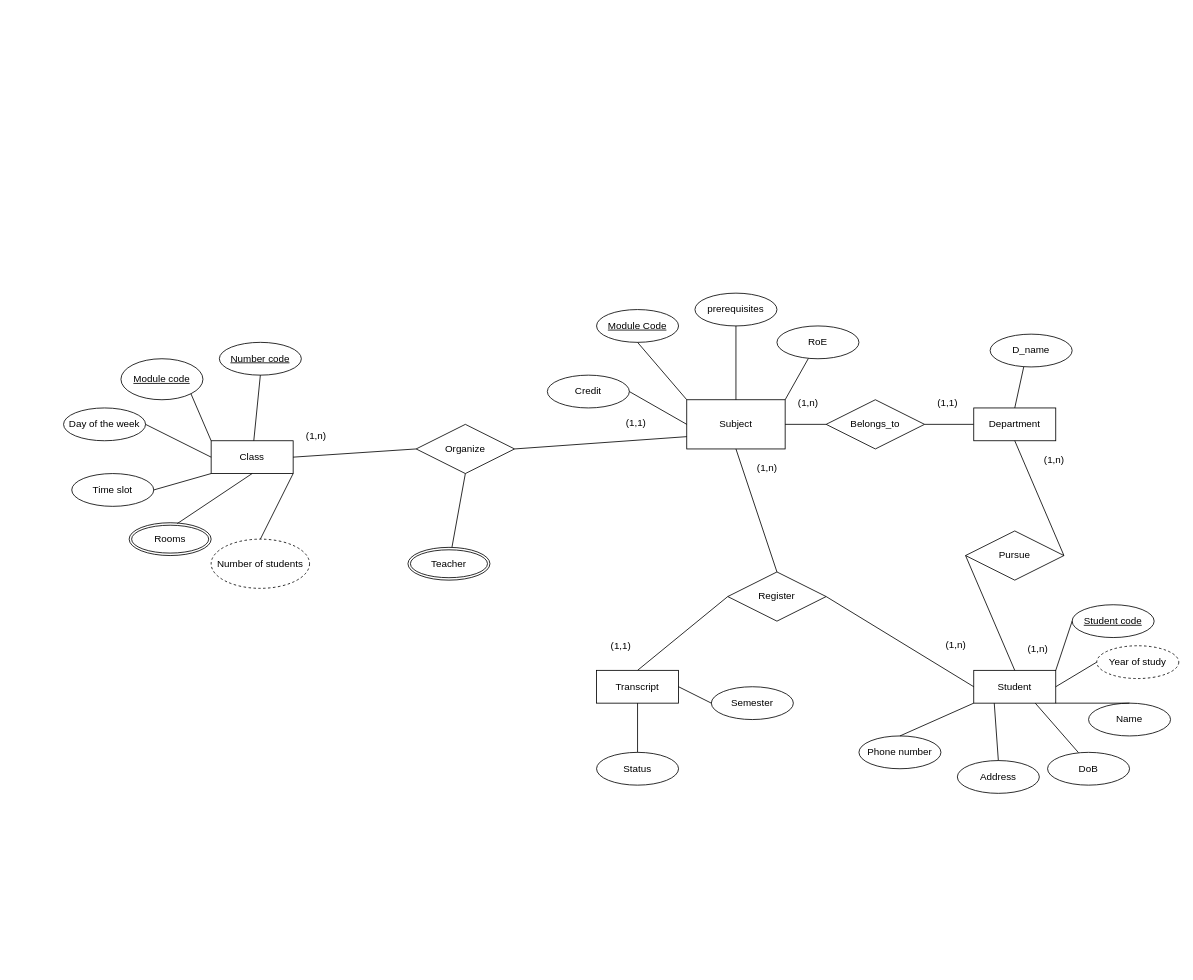
Above: Finale.drawio in S0ra1n0/Database-learning (draw.io), before the change. Source tidied: cells renumbered, new cells numbered last; positions are measured from the earlier drawing's top-left corner, leaving out a move shared by most shapes. Both pictures are drawn from the tidied source at 82%, with x=0, y=0 at pixel (63, 293).
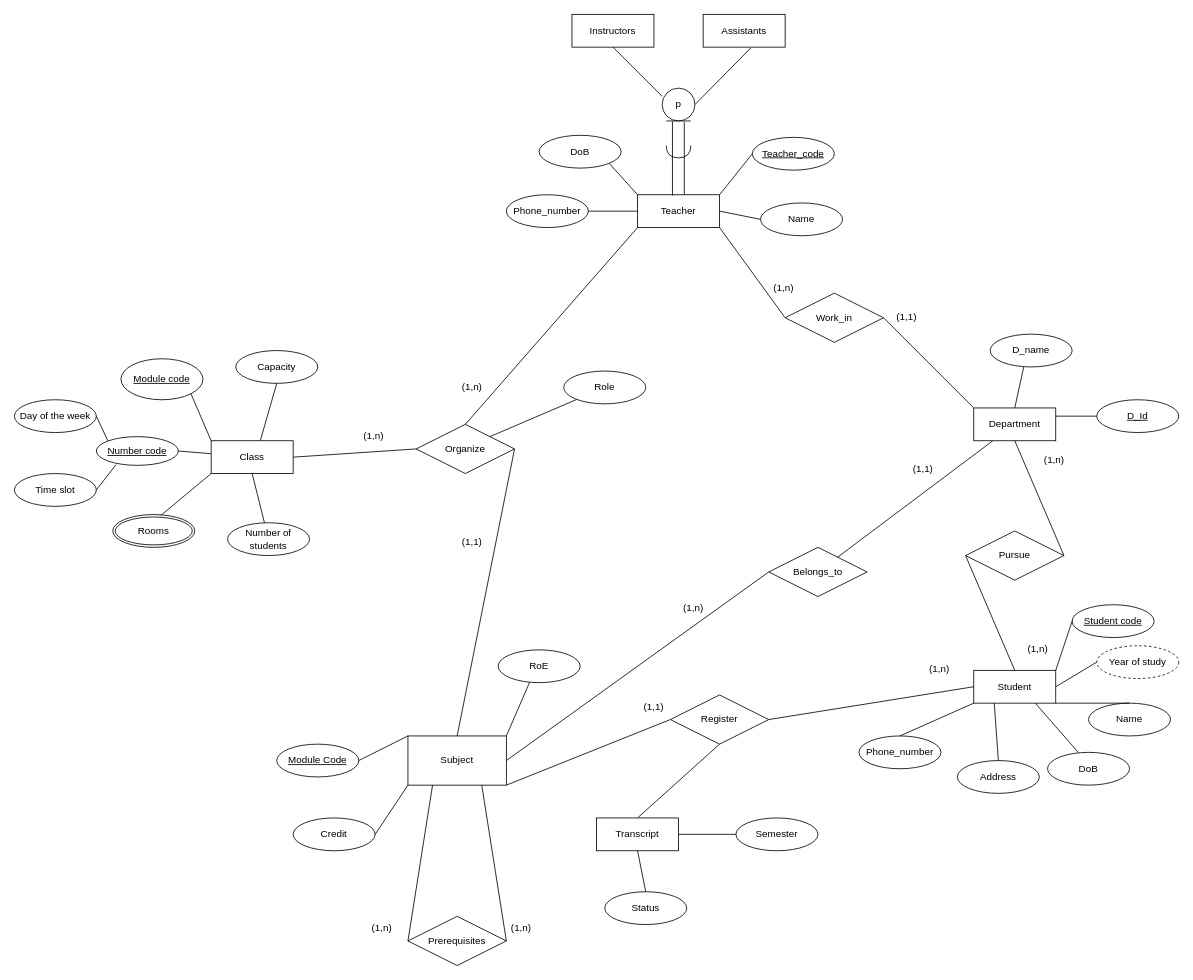
After the change.

Commit message:
Cập nhật Finale.drawio

Unchanged cells that the change refers to:
```xml
<mxCell id="8" value="Department" style="whiteSpace=wrap;html=1;align=center;" parent="1" vertex="1">
  <mxGeometry x="1110" y="140" width="100" height="40" as="geometry" />
</mxCell>
<mxCell id="49" value="Class" style="whiteSpace=wrap;html=1;align=center;" parent="1" vertex="1">
  <mxGeometry x="180" y="180" width="100" height="40" as="geometry" />
</mxCell>
<mxCell id="62" value="Organize" style="shape=rhombus;perimeter=rhombusPerimeter;whiteSpace=wrap;html=1;align=center;" parent="1" vertex="1">
  <mxGeometry x="430" y="160" width="120" height="60" as="geometry" />
</mxCell>
```

The edit, as a diff of the source:
```diff
@@
     <mxCell id="2" value="Subject" style="rounded=0;whiteSpace=wrap;html=1;" parent="1" vertex="1">
-      <mxGeometry x="760" y="130" width="120" height="60" as="geometry" />
+      <mxGeometry x="420" y="540" width="120" height="60" as="geometry" />
     </mxCell>
     <mxCell id="3" value="Module Code" style="ellipse;whiteSpace=wrap;html=1;align=center;fontStyle=4;" parent="1" vertex="1">
-      <mxGeometry x="650" y="20" width="100" height="40" as="geometry" />
+      <mxGeometry x="260" y="550" width="100" height="40" as="geometry" />
     </mxCell>
-    <mxCell id="4" style="endArrow=none;html=1;rounded=0;exitX=0.5;exitY=1;exitDx=0;exitDy=0;entryX=0;entryY=0;entryDx=0;entryDy=0;" parent="1" edge="1" source="3" target="2">
-      <mxGeometry relative="1" as="geometry" />
+    <mxCell id="4" style="endArrow=none;html=1;rounded=0;entryX=0;entryY=0;entryDx=0;entryDy=0;" parent="1" edge="1" target="2">
+      <mxGeometry relative="1" as="geometry">
+        <mxPoint x="360" y="570" as="sourcePoint" />
+      </mxGeometry>
     </mxCell>
     <mxCell id="5" value="Belongs_to" style="shape=rhombus;perimeter=rhombusPerimeter;whiteSpace=wrap;html=1;align=center;" parent="1" vertex="1">
-      <mxGeometry x="930" y="130" width="120" height="60" as="geometry" />
+      <mxGeometry x="860" y="310" width="120" height="60" as="geometry" />
     </mxCell>
@@
     <mxCell id="9" value="(1,1)" style="text;strokeColor=none;fillColor=none;spacingLeft=4;spacingRight=4;overflow=hidden;fontSize=12;whiteSpace=wrap;html=1;" parent="1" vertex="1">
-      <mxGeometry x="1060" y="120" width="40" height="30" as="geometry" />
+      <mxGeometry x="1030" y="200" width="40" height="30" as="geometry" />
     </mxCell>
     <mxCell id="10" value="(1,n)" style="text;strokeColor=none;fillColor=none;spacingLeft=4;spacingRight=4;overflow=hidden;fontSize=12;whiteSpace=wrap;html=1;" parent="1" vertex="1">
-      <mxGeometry x="890" y="120" width="40" height="30" as="geometry" />
+      <mxGeometry x="860" y="-20" width="40" height="30" as="geometry" />
     </mxCell>
@@
-    <mxCell id="21" value="prerequisites" style="ellipse;whiteSpace=wrap;html=1;align=center;" parent="1" vertex="1">
-      <mxGeometry x="770" width="100" height="40" as="geometry" />
-    </mxCell>
     <mxCell id="22" value="Credit" style="ellipse;whiteSpace=wrap;html=1;align=center;" parent="1" vertex="1">
-      <mxGeometry x="590" y="100" width="100" height="40" as="geometry" />
+      <mxGeometry x="280" y="640" width="100" height="40" as="geometry" />
     </mxCell>
-    <mxCell id="23" style="endArrow=none;html=1;rounded=0;exitX=1;exitY=0.5;exitDx=0;exitDy=0;entryX=0;entryY=0.5;entryDx=0;entryDy=0;" parent="1" edge="1" source="22" target="2">
+    <mxCell id="23" style="endArrow=none;html=1;rounded=0;exitX=1;exitY=0.5;exitDx=0;exitDy=0;entryX=0;entryY=1;entryDx=0;entryDy=0;" parent="1" edge="1" source="22" target="2">
       <mxGeometry relative="1" as="geometry" />
     </mxCell>
-    <mxCell id="24" style="endArrow=none;html=1;rounded=0;exitX=0.5;exitY=1;exitDx=0;exitDy=0;" parent="1" edge="1" source="21" target="2">
+    <mxCell id="24" style="endArrow=none;html=1;rounded=0;exitX=0;exitY=0.5;exitDx=0;exitDy=0;entryX=0.25;entryY=1;entryDx=0;entryDy=0;" parent="1" edge="1" source="71" target="2">
       <mxGeometry relative="1" as="geometry" />
     </mxCell>
     <mxCell id="25" value="RoE" style="ellipse;whiteSpace=wrap;html=1;align=center;" parent="1" vertex="1">
-      <mxGeometry x="870" y="40" width="100" height="40" as="geometry" />
+      <mxGeometry x="530" y="435" width="100" height="40" as="geometry" />
     </mxCell>
@@
     <mxCell id="27" value="Register" style="shape=rhombus;perimeter=rhombusPerimeter;whiteSpace=wrap;html=1;align=center;" parent="1" vertex="1">
-      <mxGeometry x="810" y="340" width="120" height="60" as="geometry" />
+      <mxGeometry x="740" y="490" width="120" height="60" as="geometry" />
     </mxCell>
-    <mxCell id="28" style="endArrow=none;html=1;rounded=0;exitX=0.5;exitY=1;exitDx=0;exitDy=0;entryX=0.5;entryY=0;entryDx=0;entryDy=0;" parent="1" edge="1" source="2" target="27">
+    <mxCell id="28" style="endArrow=none;html=1;rounded=0;exitX=1;exitY=1;exitDx=0;exitDy=0;entryX=0;entryY=0.5;entryDx=0;entryDy=0;" parent="1" edge="1" source="2" target="27">
       <mxGeometry relative="1" as="geometry" />
     </mxCell>
@@
     <mxCell id="30" value="(1,n)" style="text;strokeColor=none;fillColor=none;spacingLeft=4;spacingRight=4;overflow=hidden;fontSize=12;whiteSpace=wrap;html=1;" parent="1" vertex="1">
-      <mxGeometry x="840" y="200" width="40" height="30" as="geometry" />
+      <mxGeometry x="750" y="370" width="40" height="30" as="geometry" />
     </mxCell>
     <mxCell id="31" value="(1,n)" style="text;strokeColor=none;fillColor=none;spacingLeft=4;spacingRight=4;overflow=hidden;fontSize=12;whiteSpace=wrap;html=1;" parent="1" vertex="1">
-      <mxGeometry x="1070" y="415" width="40" height="30" as="geometry" />
+      <mxGeometry x="1050" y="445" width="40" height="30" as="geometry" />
     </mxCell>
-    <mxCell id="32" style="endArrow=none;html=1;rounded=0;entryX=0;entryY=0.5;entryDx=0;entryDy=0;exitX=0.5;exitY=0;exitDx=0;exitDy=0;" parent="1" edge="1" source="33" target="27">
+    <mxCell id="32" style="endArrow=none;html=1;rounded=0;entryX=0.5;entryY=1;entryDx=0;entryDy=0;exitX=0.5;exitY=0;exitDx=0;exitDy=0;" parent="1" edge="1" source="33" target="27">
       <mxGeometry relative="1" as="geometry" />
     </mxCell>
     <mxCell id="33" value="Transcript" style="whiteSpace=wrap;html=1;align=center;" parent="1" vertex="1">
-      <mxGeometry x="650" y="460" width="100" height="40" as="geometry" />
+      <mxGeometry x="650" y="640" width="100" height="40" as="geometry" />
     </mxCell>
     <mxCell id="34" value="Semester" style="ellipse;whiteSpace=wrap;html=1;align=center;" parent="1" vertex="1">
-      <mxGeometry x="790" y="480" width="100" height="40" as="geometry" />
+      <mxGeometry x="820" y="640" width="100" height="40" as="geometry" />
     </mxCell>
@@
     <mxCell id="36" value="Status" style="ellipse;whiteSpace=wrap;html=1;align=center;" parent="1" vertex="1">
-      <mxGeometry x="650" y="560" width="100" height="40" as="geometry" />
+      <mxGeometry x="660" y="730" width="100" height="40" as="geometry" />
     </mxCell>
@@
-    <mxCell id="40" value="Phone number" style="ellipse;whiteSpace=wrap;html=1;align=center;" parent="1" vertex="1">
+    <mxCell id="40" value="Phone_number" style="ellipse;whiteSpace=wrap;html=1;align=center;" parent="1" vertex="1">
       <mxGeometry x="970" y="540" width="100" height="40" as="geometry" />
     </mxCell>
@@
     <mxCell id="48" value="(1,1)" style="text;html=1;align=center;verticalAlign=middle;whiteSpace=wrap;rounded=0;" parent="1" vertex="1">
-      <mxGeometry x="650" y="415" width="60" height="30" as="geometry" />
+      <mxGeometry x="690" y="490" width="60" height="30" as="geometry" />
     </mxCell>
@@
     <mxCell id="50" value="Number code" style="ellipse;whiteSpace=wrap;html=1;align=center;fontStyle=4;" parent="1" vertex="1">
-      <mxGeometry x="190" y="60" width="100" height="40" as="geometry" />
+      <mxGeometry x="40" y="175" width="100" height="35" as="geometry" />
     </mxCell>
@@
     <mxCell id="52" value="Day of the week" style="ellipse;whiteSpace=wrap;html=1;align=center;" parent="1" vertex="1">
-      <mxGeometry y="140" width="100" height="40" as="geometry" />
+      <mxGeometry x="-60" y="130" width="100" height="40" as="geometry" />
     </mxCell>
     <mxCell id="53" value="Time slot" style="ellipse;whiteSpace=wrap;html=1;align=center;" parent="1" vertex="1">
-      <mxGeometry x="10" y="220" width="100" height="40" as="geometry" />
+      <mxGeometry x="-60" y="220" width="100" height="40" as="geometry" />
     </mxCell>
     <mxCell id="54" value="Rooms" style="ellipse;shape=doubleEllipse;margin=3;whiteSpace=wrap;html=1;align=center;" parent="1" vertex="1">
-      <mxGeometry x="80" y="280" width="100" height="40" as="geometry" />
+      <mxGeometry x="60" y="270" width="100" height="40" as="geometry" />
     </mxCell>
-    <mxCell id="55" style="endArrow=none;html=1;rounded=0;exitX=0.587;exitY=0.025;exitDx=0;exitDy=0;exitPerimeter=0;entryX=0.5;entryY=1;entryDx=0;entryDy=0;" parent="1" edge="1" source="54" target="49">
+    <mxCell id="55" style="endArrow=none;html=1;rounded=0;exitX=0.587;exitY=0.025;exitDx=0;exitDy=0;exitPerimeter=0;entryX=0;entryY=1;entryDx=0;entryDy=0;" parent="1" edge="1" source="54" target="49">
       <mxGeometry relative="1" as="geometry" />
     </mxCell>
-    <mxCell id="56" style="endArrow=none;html=1;rounded=0;exitX=1;exitY=0.5;exitDx=0;exitDy=0;entryX=0;entryY=1;entryDx=0;entryDy=0;" parent="1" edge="1" source="53" target="49">
+    <mxCell id="56" style="endArrow=none;html=1;rounded=0;exitX=1;exitY=0.5;exitDx=0;exitDy=0;entryX=0.24;entryY=0.975;entryDx=0;entryDy=0;entryPerimeter=0;" parent="1" edge="1" source="53" target="50">
       <mxGeometry relative="1" as="geometry" />
     </mxCell>
-    <mxCell id="57" style="endArrow=none;html=1;rounded=0;exitX=1;exitY=0.5;exitDx=0;exitDy=0;entryX=0;entryY=0.5;entryDx=0;entryDy=0;" parent="1" edge="1" source="52" target="49">
+    <mxCell id="57" style="endArrow=none;html=1;rounded=0;exitX=1;exitY=0.5;exitDx=0;exitDy=0;entryX=0;entryY=0;entryDx=0;entryDy=0;" parent="1" edge="1" source="52" target="50">
       <mxGeometry relative="1" as="geometry" />
     </mxCell>
@@
-    <mxCell id="59" style="endArrow=none;html=1;rounded=0;exitX=0.5;exitY=1;exitDx=0;exitDy=0;" parent="1" edge="1" source="50" target="49">
+    <mxCell id="59" style="endArrow=none;html=1;rounded=0;exitX=1;exitY=0.5;exitDx=0;exitDy=0;" parent="1" edge="1" source="50" target="49">
       <mxGeometry relative="1" as="geometry" />
     </mxCell>
-    <mxCell id="60" value="Number of students" style="ellipse;whiteSpace=wrap;html=1;align=center;dashed=1;" parent="1" vertex="1">
-      <mxGeometry x="180" y="300" width="120" height="60" as="geometry" />
-    </mxCell>
-    <mxCell id="61" style="endArrow=none;html=1;rounded=0;exitX=1;exitY=1;exitDx=0;exitDy=0;entryX=0.5;entryY=0;entryDx=0;entryDy=0;" parent="1" edge="1" source="49" target="60">
+    <mxCell id="61" style="endArrow=none;html=1;rounded=0;exitX=0.5;exitY=1;exitDx=0;exitDy=0;" parent="1" edge="1" source="49" target="60">
       <mxGeometry relative="1" as="geometry" />
     </mxCell>
@@
-    <mxCell id="64" style="endArrow=none;html=1;rounded=0;exitX=1;exitY=0.5;exitDx=0;exitDy=0;entryX=0;entryY=0.75;entryDx=0;entryDy=0;" parent="1" edge="1" source="62" target="2">
+    <mxCell id="64" style="endArrow=none;html=1;rounded=0;exitX=1;exitY=0.5;exitDx=0;exitDy=0;entryX=0.5;entryY=0;entryDx=0;entryDy=0;" parent="1" edge="1" source="62" target="2">
       <mxGeometry relative="1" as="geometry" />
     </mxCell>
     <mxCell id="65" value="(1,1)" style="text;strokeColor=none;fillColor=none;spacingLeft=4;spacingRight=4;overflow=hidden;fontSize=12;whiteSpace=wrap;html=1;" parent="1" vertex="1">
-      <mxGeometry x="680" y="145" width="40" height="30" as="geometry" />
+      <mxGeometry x="480" y="290" width="40" height="30" as="geometry" />
     </mxCell>
     <mxCell id="66" value="(1,n)" style="text;strokeColor=none;fillColor=none;spacingLeft=4;spacingRight=4;overflow=hidden;fontSize=12;whiteSpace=wrap;html=1;" parent="1" vertex="1">
-      <mxGeometry x="290" y="160" width="40" height="30" as="geometry" />
+      <mxGeometry x="360" y="160" width="40" height="30" as="geometry" />
     </mxCell>
-    <mxCell id="67" style="endArrow=none;html=1;rounded=0;exitX=0.5;exitY=1;exitDx=0;exitDy=0;" parent="1" edge="1" source="62" target="68">
-      <mxGeometry relative="1" as="geometry" />
-    </mxCell>
+    <mxCell id="69" value="Capacity" style="ellipse;whiteSpace=wrap;html=1;align=center;" parent="1" vertex="1">
+      <mxGeometry x="210" y="70" width="100" height="40" as="geometry" />
+    </mxCell>
+    <mxCell id="60" value="Number of students" style="ellipse;whiteSpace=wrap;html=1;align=center;" parent="1" vertex="1">
+      <mxGeometry x="200" y="280" width="100" height="40" as="geometry" />
+    </mxCell>
+    <mxCell id="70" style="endArrow=none;html=1;rounded=0;exitX=0.5;exitY=1;exitDx=0;exitDy=0;entryX=0.6;entryY=-0.008;entryDx=0;entryDy=0;entryPerimeter=0;" parent="1" edge="1" source="69" target="49">
+      <mxGeometry relative="1" as="geometry" />
+    </mxCell>
+    <mxCell id="71" value="Prerequisites" style="shape=rhombus;perimeter=rhombusPerimeter;whiteSpace=wrap;html=1;align=center;" parent="1" vertex="1">
+      <mxGeometry x="420" y="760" width="120" height="60" as="geometry" />
+    </mxCell>
+    <mxCell id="72" style="endArrow=none;html=1;rounded=0;entryX=0.75;entryY=1;entryDx=0;entryDy=0;exitX=1;exitY=0.5;exitDx=0;exitDy=0;" parent="1" edge="1" source="71" target="2">
+      <mxGeometry relative="1" as="geometry" />
+    </mxCell>
+    <mxCell id="73" value="(1,n)" style="text;strokeColor=none;fillColor=none;spacingLeft=4;spacingRight=4;overflow=hidden;fontSize=12;whiteSpace=wrap;html=1;" parent="1" vertex="1">
+      <mxGeometry x="540" y="760" width="40" height="30" as="geometry" />
+    </mxCell>
+    <mxCell id="74" value="(1,n)" style="text;strokeColor=none;fillColor=none;spacingLeft=4;spacingRight=4;overflow=hidden;fontSize=12;whiteSpace=wrap;html=1;" parent="1" vertex="1">
+      <mxGeometry x="370" y="760" width="40" height="30" as="geometry" />
+    </mxCell>
+    <mxCell id="75" value="D_Id" style="ellipse;whiteSpace=wrap;html=1;align=center;fontStyle=4;" parent="1" vertex="1">
+      <mxGeometry x="1260" y="130" width="100" height="40" as="geometry" />
+    </mxCell>
+    <mxCell id="76" style="endArrow=none;html=1;rounded=0;entryX=0;entryY=0.5;entryDx=0;entryDy=0;exitX=1;exitY=0.25;exitDx=0;exitDy=0;" parent="1" edge="1" source="8" target="75">
+      <mxGeometry relative="1" as="geometry" />
+    </mxCell>
+    <mxCell id="77" style="edgeStyle=orthogonalEdgeStyle;rounded=0;orthogonalLoop=1;jettySize=auto;html=1;exitX=0.5;exitY=1;exitDx=0;exitDy=0;" parent="1" edge="1" source="22" target="22">
+      <mxGeometry relative="1" as="geometry" />
+    </mxCell>
-    <mxCell id="68" value="Teacher" style="ellipse;shape=doubleEllipse;margin=3;whiteSpace=wrap;html=1;align=center;" parent="1" vertex="1">
-      <mxGeometry x="420" y="310" width="100" height="40" as="geometry" />
+    <mxCell id="68" value="Teacher" style="whiteSpace=wrap;html=1;align=center;" parent="1" vertex="1">
+      <mxGeometry x="700" y="-120" width="100" height="40" as="geometry" />
     </mxCell>
+    <mxCell id="78" style="shape=requiredInterface;html=1;verticalLabelPosition=bottom;sketch=0;direction=south;" parent="1" vertex="1">
+      <mxGeometry x="735" y="-180" width="30" height="15" as="geometry" />
+    </mxCell>
+    <mxCell id="79" value="p" style="ellipse;shape=umlEntity;whiteSpace=wrap;html=1;" parent="1" vertex="1">
+      <mxGeometry x="730" y="-250" width="40" height="40" as="geometry" />
+    </mxCell>
+    <mxCell id="80" style="endArrow=none;html=1;rounded=0;entryX=0.426;entryY=0.026;entryDx=0;entryDy=0;exitX=0.314;exitY=1.013;exitDx=0;exitDy=0;exitPerimeter=0;entryPerimeter=0;" parent="1" edge="1" source="79" target="68">
+      <mxGeometry relative="1" as="geometry" />
+    </mxCell>
+    <mxCell id="81" style="endArrow=none;html=1;rounded=0;exitX=0.675;exitY=1.026;exitDx=0;exitDy=0;exitPerimeter=0;" parent="1" edge="1" source="79">
+      <mxGeometry relative="1" as="geometry">
+        <mxPoint x="757" y="-120" as="targetPoint" />
+      </mxGeometry>
+    </mxCell>
+    <mxCell id="82" value="Instructors" style="whiteSpace=wrap;html=1;align=center;" parent="1" vertex="1">
+      <mxGeometry x="620" y="-340" width="100" height="40" as="geometry" />
+    </mxCell>
+    <mxCell id="83" value="Assistants" style="whiteSpace=wrap;html=1;align=center;" parent="1" vertex="1">
+      <mxGeometry x="780" y="-340" width="100" height="40" as="geometry" />
+    </mxCell>
+    <mxCell id="84" style="endArrow=none;html=1;rounded=0;entryX=1;entryY=0.5;entryDx=0;entryDy=0;exitX=0.581;exitY=1.026;exitDx=0;exitDy=0;exitPerimeter=0;" parent="1" edge="1" source="83" target="79">
+      <mxGeometry relative="1" as="geometry" />
+    </mxCell>
+    <mxCell id="85" style="endArrow=none;html=1;rounded=0;entryX=0;entryY=0.25;entryDx=0;entryDy=0;entryPerimeter=0;exitX=0.5;exitY=1;exitDx=0;exitDy=0;" parent="1" edge="1" source="82" target="79">
+      <mxGeometry relative="1" as="geometry" />
+    </mxCell>
+    <mxCell id="86" value="Work_in" style="shape=rhombus;perimeter=rhombusPerimeter;whiteSpace=wrap;html=1;align=center;" parent="1" vertex="1">
+      <mxGeometry x="880" width="120" height="60" as="geometry" />
+    </mxCell>
+    <mxCell id="87" style="endArrow=none;html=1;rounded=0;entryX=0;entryY=0;entryDx=0;entryDy=0;exitX=1;exitY=0.5;exitDx=0;exitDy=0;" parent="1" edge="1" source="86" target="8">
+      <mxGeometry relative="1" as="geometry" />
+    </mxCell>
+    <mxCell id="88" style="endArrow=none;html=1;rounded=0;entryX=0;entryY=0.5;entryDx=0;entryDy=0;exitX=1;exitY=1;exitDx=0;exitDy=0;" parent="1" edge="1" source="68" target="86">
+      <mxGeometry relative="1" as="geometry" />
+    </mxCell>
+    <mxCell id="89" value="(1,1)" style="text;strokeColor=none;fillColor=none;spacingLeft=4;spacingRight=4;overflow=hidden;fontSize=12;whiteSpace=wrap;html=1;" parent="1" vertex="1">
+      <mxGeometry x="1010" y="15" width="40" height="30" as="geometry" />
+    </mxCell>
+    <mxCell id="90" style="endArrow=none;html=1;rounded=0;exitX=0;exitY=1;exitDx=0;exitDy=0;entryX=0.5;entryY=0;entryDx=0;entryDy=0;" parent="1" edge="1" source="68" target="62">
+      <mxGeometry relative="1" as="geometry" />
+    </mxCell>
+    <mxCell id="91" value="(1,n)" style="text;strokeColor=none;fillColor=none;spacingLeft=4;spacingRight=4;overflow=hidden;fontSize=12;whiteSpace=wrap;html=1;" parent="1" vertex="1">
+      <mxGeometry x="480" y="100" width="40" height="30" as="geometry" />
+    </mxCell>
+    <mxCell id="92" style="endArrow=none;html=1;rounded=0;exitX=1;exitY=0;exitDx=0;exitDy=0;" parent="1" edge="1" source="62" target="93">
+      <mxGeometry relative="1" as="geometry" />
+    </mxCell>
+    <mxCell id="93" value="Role" style="ellipse;whiteSpace=wrap;html=1;align=center;" parent="1" vertex="1">
+      <mxGeometry x="610" y="95" width="100" height="40" as="geometry" />
+    </mxCell>
+    <mxCell id="94" value="Name" style="ellipse;whiteSpace=wrap;html=1;align=center;" parent="1" vertex="1">
+      <mxGeometry x="850" y="-110" width="100" height="40" as="geometry" />
+    </mxCell>
+    <mxCell id="95" value="Teacher_code" style="ellipse;whiteSpace=wrap;html=1;align=center;fontStyle=4;" parent="1" vertex="1">
+      <mxGeometry x="840" y="-190" width="100" height="40" as="geometry" />
+    </mxCell>
+    <mxCell id="96" style="endArrow=none;html=1;rounded=0;exitX=1;exitY=0;exitDx=0;exitDy=0;entryX=0;entryY=0.5;entryDx=0;entryDy=0;" parent="1" edge="1" source="68" target="95">
+      <mxGeometry relative="1" as="geometry" />
+    </mxCell>
+    <mxCell id="97" style="endArrow=none;html=1;rounded=0;exitX=1;exitY=0.5;exitDx=0;exitDy=0;entryX=0;entryY=0.5;entryDx=0;entryDy=0;" parent="1" edge="1" source="68" target="94">
+      <mxGeometry relative="1" as="geometry" />
+    </mxCell>
+    <mxCell id="98" value="DoB" style="ellipse;whiteSpace=wrap;html=1;align=center;" parent="1" vertex="1">
+      <mxGeometry x="580" y="-192.5" width="100" height="40" as="geometry" />
+    </mxCell>
+    <mxCell id="99" value="Phone_number" style="ellipse;whiteSpace=wrap;html=1;align=center;" parent="1" vertex="1">
+      <mxGeometry x="540" y="-120" width="100" height="40" as="geometry" />
+    </mxCell>
+    <mxCell id="100" style="endArrow=none;html=1;rounded=0;exitX=1;exitY=0.5;exitDx=0;exitDy=0;entryX=0;entryY=0.5;entryDx=0;entryDy=0;" parent="1" edge="1" source="99" target="68">
+      <mxGeometry relative="1" as="geometry" />
+    </mxCell>
+    <mxCell id="101" style="endArrow=none;html=1;rounded=0;exitX=1;exitY=1;exitDx=0;exitDy=0;entryX=0;entryY=0;entryDx=0;entryDy=0;" parent="1" edge="1" source="98" target="68">
+      <mxGeometry relative="1" as="geometry" />
+    </mxCell>
```
